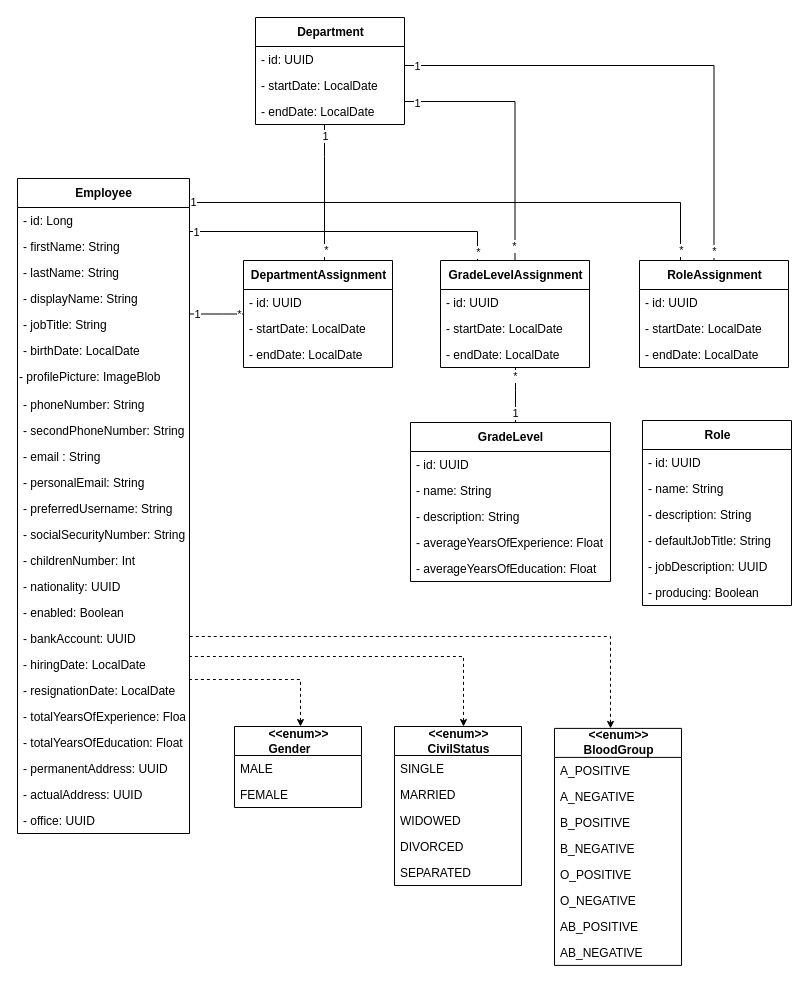
This is Department/_DiagrammeClasseDepartment.drawio from ZidiMedAmine/UML, a draw.io file, before an edit. Source tidied: cells renumbered, new cells numbered last; positions are measured from the earlier drawing's top-left corner, leaving out a move shared by most shapes. Both pictures are drawn from the tidied source at 100%, with x=0, y=0 at pixel (17, 17).
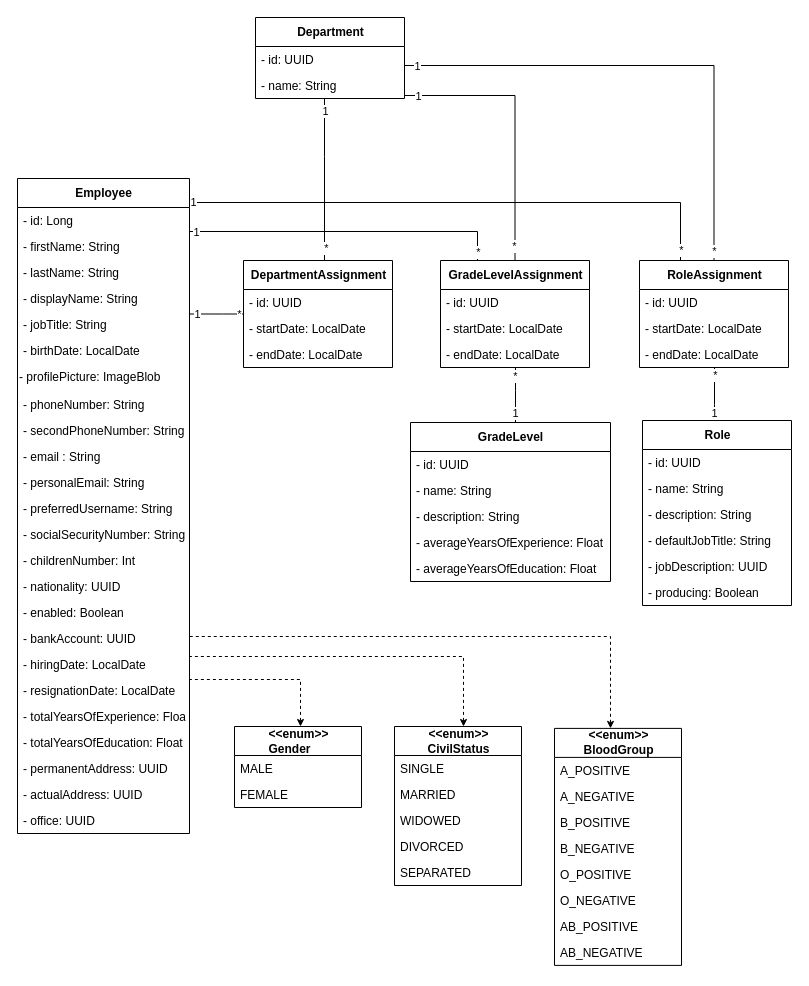
The same diagram, later.

The change refers to these unchanged cells:
```xml
<mxCell id="44" value="&lt;div style=&quot;text-align: left&quot;&gt;GradeLevelAssignment&lt;br&gt;&lt;/div&gt;" style="swimlane;fontStyle=1;align=center;verticalAlign=middle;horizontal=1;startSize=29;html=1;fontSize=12;labelPosition=center;verticalLabelPosition=middle;swimlaneLine=1;rounded=0;sketch=0;glass=0;" parent="1" vertex="1">
  <mxGeometry x="423" y="243" width="149" height="107" as="geometry" />
</mxCell>
<mxCell id="66" value="RoleAssignment" style="swimlane;fontStyle=1;align=center;verticalAlign=middle;horizontal=1;startSize=29;html=1;fontSize=12;labelPosition=center;verticalLabelPosition=middle;swimlaneLine=1;rounded=0;sketch=0;glass=0;" parent="1" vertex="1">
  <mxGeometry x="622" y="243" width="149" height="107" as="geometry" />
</mxCell>
<mxCell id="70" value="Role" style="swimlane;fontStyle=1;align=center;verticalAlign=middle;horizontal=1;startSize=29;html=1;fontSize=12;labelPosition=center;verticalLabelPosition=middle;swimlaneLine=1;rounded=0;sketch=0;glass=0;" parent="1" vertex="1">
  <mxGeometry x="625" y="403" width="149" height="185" as="geometry" />
</mxCell>
```

Change to the diagram source:
```diff
@@
     <mxCell id="37" value="&lt;div style=&quot;text-align: left&quot;&gt;&lt;span&gt;Department&lt;/span&gt;&lt;/div&gt;" style="swimlane;fontStyle=1;align=center;verticalAlign=middle;horizontal=1;startSize=29;html=1;fontSize=12;labelPosition=center;verticalLabelPosition=middle;swimlaneLine=1;rounded=0;sketch=0;glass=0;" parent="1" vertex="1">
-      <mxGeometry x="238" width="149" height="107" as="geometry" />
+      <mxGeometry x="238" width="149" height="81" as="geometry" />
     </mxCell>
@@
-    <mxCell id="39" value="- startDate: LocalDate" style="text;strokeColor=none;fillColor=none;align=left;verticalAlign=top;spacingLeft=4;spacingRight=4;overflow=hidden;fontStyle=0;" parent="37" vertex="1">
+    <mxCell id="39" value="- name: String" style="text;strokeColor=none;fillColor=none;align=left;verticalAlign=top;spacingLeft=4;spacingRight=4;overflow=hidden;fontStyle=0;" parent="37" vertex="1">
       <mxGeometry y="55" width="149" height="26" as="geometry" />
     </mxCell>
-    <mxCell id="40" value="- endDate: LocalDate" style="text;strokeColor=none;fillColor=none;align=left;verticalAlign=top;spacingLeft=4;spacingRight=4;overflow=hidden;fontStyle=0;" parent="37" vertex="1">
-      <mxGeometry y="81" width="149" height="26" as="geometry" />
-    </mxCell>
     <mxCell id="41" style="edgeStyle=orthogonalEdgeStyle;rounded=0;jettySize=auto;html=1;endArrow=none;endFill=0;startSize=5;endSize=5;" parent="1" edge="1" source="44" target="37">
       <mxGeometry relative="1" as="geometry">
         <Array as="points">
-          <mxPoint x="498" y="84" />
+          <mxPoint x="498" y="78" />
         </Array>
       </mxGeometry>
     </mxCell>
@@
     <mxCell id="43" value="1" style="edgeLabel;html=1;align=center;verticalAlign=middle;" parent="41" vertex="1">
-      <mxGeometry x="0.91" y="1" relative="1" as="geometry" />
+      <mxGeometry x="0.91" y="1" relative="1" as="geometry">
+        <mxPoint x="1" y="-1" as="offset" />
+      </mxGeometry>
     </mxCell>
@@
+    <mxCell id="98" style="edgeStyle=orthogonalEdgeStyle;rounded=0;jettySize=auto;html=1;endSize=5;startSize=5;endArrow=none;endFill=0;" parent="1" edge="1" source="70" target="66">
+      <mxGeometry relative="1" as="geometry">
+        <Array as="points">
+          <mxPoint x="697" y="387" />
+          <mxPoint x="697" y="387" />
+        </Array>
+      </mxGeometry>
+    </mxCell>
+    <mxCell id="99" value="*" style="edgeLabel;html=1;align=center;verticalAlign=middle;" parent="98" vertex="1">
+      <mxGeometry x="0.74" relative="1" as="geometry" />
+    </mxCell>
+    <mxCell id="100" value="1" style="edgeLabel;html=1;align=center;verticalAlign=middle;" parent="98" vertex="1">
+      <mxGeometry x="-0.73" y="1" relative="1" as="geometry">
+        <mxPoint y="-1" as="offset" />
+      </mxGeometry>
+    </mxCell>
```
